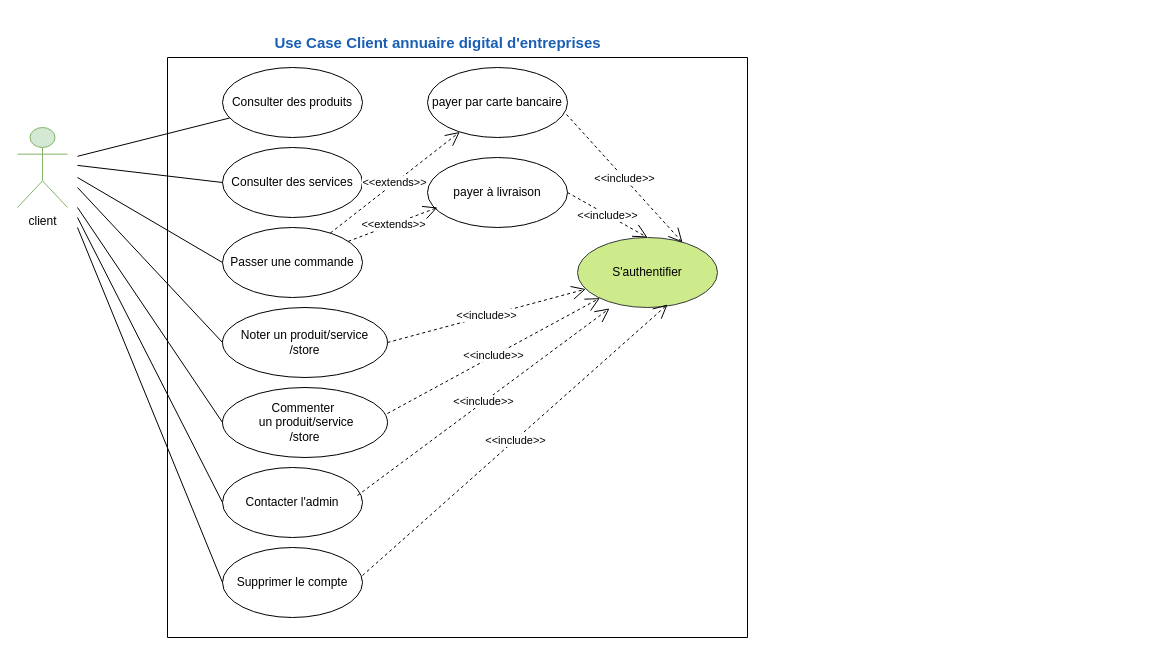
Above: 2. UseCase_client.drawio in amine-elarass49/angular_doc (draw.io), before the change. Source tidied: cells renumbered, new cells numbered last; positions are measured from the earlier drawing's top-left corner, leaving out a move shared by most shapes. Both pictures are drawn from the tidied source at 100%, with x=0, y=0 at pixel (17, 27).
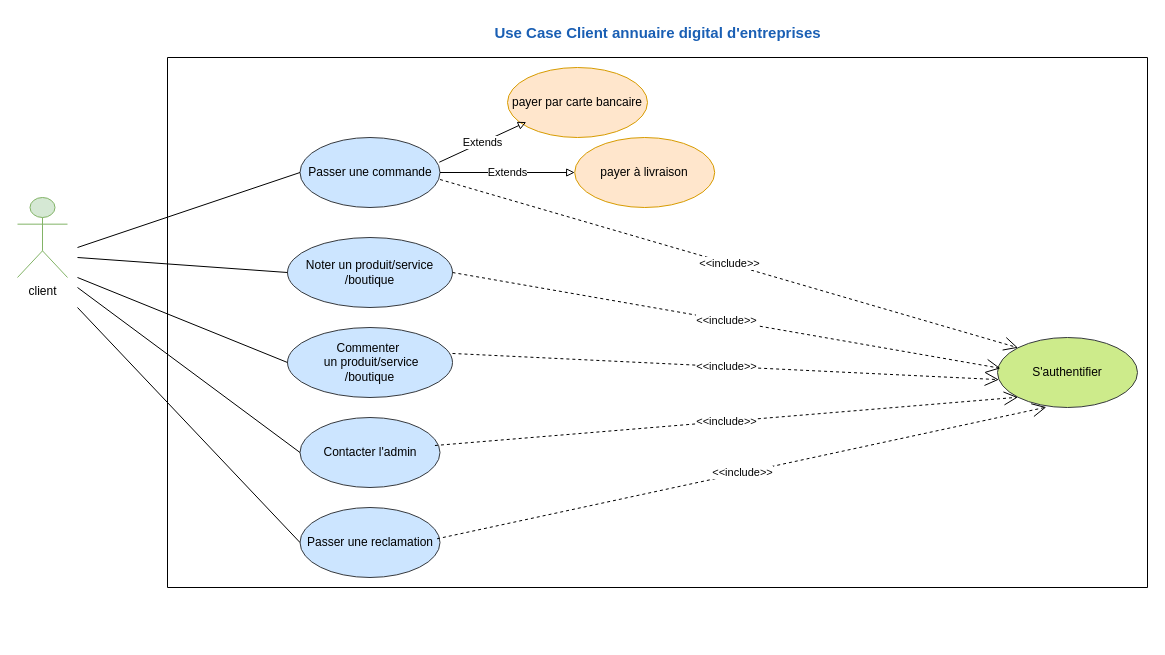
The same page after the edit.

The edit, as a diff of the source:
```diff
@@
+    <mxCell id="3" style="swimlane;startSize=0;" parent="1" vertex="1">
+      <mxGeometry x="150" y="30" width="980" height="530" as="geometry" />
+    </mxCell>
-    <mxCell id="2" value="client" style="shape=umlActor;verticalLabelPosition=bottom;verticalAlign=top;html=1;fillColor=#d5e8d4;strokeColor=#82b366;" parent="1" vertex="1">
-      <mxGeometry y="100" width="50" height="80" as="geometry" />
+    <mxCell id="2" value="client" style="shape=umlActor;verticalLabelPosition=bottom;verticalAlign=top;html=1;fillColor=#d5e8d4;strokeColor=#82b366;" parent="3" vertex="1">
+      <mxGeometry x="-150" y="140" width="50" height="80" as="geometry" />
     </mxCell>
-    <mxCell id="3" style="swimlane;startSize=0;" parent="1" vertex="1">
-      <mxGeometry x="150" y="30" width="580" height="580" as="geometry" />
-    </mxCell>
-    <mxCell id="4" value="Consulter des produits" style="ellipse;whiteSpace=wrap;html=1;" parent="3" vertex="1">
-      <mxGeometry x="55" y="10" width="140" height="70" as="geometry" />
-    </mxCell>
-    <mxCell id="5" value="Consulter des services" style="ellipse;whiteSpace=wrap;html=1;" parent="3" vertex="1">
-      <mxGeometry x="55" y="90" width="140" height="70" as="geometry" />
-    </mxCell>
-    <mxCell id="6" value="Passer une commande" style="ellipse;whiteSpace=wrap;html=1;" parent="3" vertex="1">
-      <mxGeometry x="55" y="170" width="140" height="70" as="geometry" />
+    <mxCell id="6" value="Passer une commande" style="ellipse;whiteSpace=wrap;html=1;fillColor=#cce5ff;strokeColor=#36393d;" parent="3" vertex="1">
+      <mxGeometry x="132.5" y="80" width="140" height="70" as="geometry" />
     </mxCell>
-    <mxCell id="7" value="Noter un produit/service&lt;br&gt;/store" style="ellipse;whiteSpace=wrap;html=1;" parent="3" vertex="1">
-      <mxGeometry x="55" y="250" width="165" height="70" as="geometry" />
+    <mxCell id="7" value="Noter un produit/service&lt;br&gt;/boutique" style="ellipse;whiteSpace=wrap;html=1;fillColor=#cce5ff;strokeColor=#36393d;" parent="3" vertex="1">
+      <mxGeometry x="120" y="180" width="165" height="70" as="geometry" />
     </mxCell>
-    <mxCell id="8" value="&lt;div&gt;Commenter&amp;nbsp;&lt;/div&gt;&lt;div&gt;&amp;nbsp;un produit/service&lt;/div&gt;/store" style="ellipse;whiteSpace=wrap;html=1;" parent="3" vertex="1">
-      <mxGeometry x="55" y="330" width="165" height="70" as="geometry" />
+    <mxCell id="8" value="&lt;div&gt;Commenter&amp;nbsp;&lt;/div&gt;&lt;div&gt;&amp;nbsp;un produit/service&lt;/div&gt;/boutique" style="ellipse;whiteSpace=wrap;html=1;fillColor=#cce5ff;strokeColor=#36393d;" parent="3" vertex="1">
+      <mxGeometry x="120" y="270" width="165" height="70" as="geometry" />
     </mxCell>
-    <mxCell id="9" value="Contacter l'admin" style="ellipse;whiteSpace=wrap;html=1;" parent="3" vertex="1">
-      <mxGeometry x="55" y="410" width="140" height="70" as="geometry" />
+    <mxCell id="9" value="Contacter l'admin" style="ellipse;whiteSpace=wrap;html=1;fillColor=#cce5ff;strokeColor=#36393d;" parent="3" vertex="1">
+      <mxGeometry x="132.5" y="360" width="140" height="70" as="geometry" />
     </mxCell>
-    <mxCell id="10" value="Supprimer le compte" style="ellipse;whiteSpace=wrap;html=1;" parent="3" vertex="1">
-      <mxGeometry x="55" y="490" width="140" height="70" as="geometry" />
-    </mxCell>
     <mxCell id="11" value="S'authentifier" style="ellipse;whiteSpace=wrap;html=1;fillColor=#cdeb8b;strokeColor=#36393d;" parent="3" vertex="1">
-      <mxGeometry x="410" y="180" width="140" height="70" as="geometry" />
+      <mxGeometry x="830" y="280" width="140" height="70" as="geometry" />
     </mxCell>
-    <mxCell id="12" value="&amp;lt;&amp;lt;include&amp;gt;&amp;gt;" style="endArrow=open;endSize=12;dashed=1;html=1;rounded=0;exitX=1;exitY=0.5;exitDx=0;exitDy=0;" parent="3" edge="1" source="7" target="11">
+    <mxCell id="12" value="&amp;lt;&amp;lt;include&amp;gt;&amp;gt;" style="endArrow=open;endSize=12;dashed=1;html=1;rounded=0;exitX=1;exitY=0.5;exitDx=0;exitDy=0;entryX=0.021;entryY=0.44;entryDx=0;entryDy=0;entryPerimeter=0;" parent="3" edge="1" source="7" target="11">
       <mxGeometry relative="1" as="geometry" />
     </mxCell>
-    <mxCell id="13" value="&amp;lt;&amp;lt;include&amp;gt;&amp;gt;" style="endArrow=open;endSize=12;dashed=1;html=1;rounded=0;exitX=1;exitY=0.371;exitDx=0;exitDy=0;exitPerimeter=0;" parent="3" edge="1" source="8" target="11">
+    <mxCell id="13" value="&amp;lt;&amp;lt;include&amp;gt;&amp;gt;" style="endArrow=open;endSize=12;dashed=1;html=1;rounded=0;exitX=1;exitY=0.371;exitDx=0;exitDy=0;exitPerimeter=0;entryX=0.01;entryY=0.602;entryDx=0;entryDy=0;entryPerimeter=0;" parent="3" edge="1" source="8" target="11">
       <mxGeometry relative="1" as="geometry" />
     </mxCell>
-    <mxCell id="14" value="&amp;lt;&amp;lt;include&amp;gt;&amp;gt;" style="endArrow=open;endSize=12;dashed=1;html=1;rounded=0;exitX=1;exitY=0.4;exitDx=0;exitDy=0;exitPerimeter=0;entryX=0.643;entryY=0.957;entryDx=0;entryDy=0;entryPerimeter=0;" parent="3" edge="1" source="10" target="11">
-      <mxGeometry relative="1" as="geometry" />
-    </mxCell>
-    <mxCell id="15" value="payer par carte bancaire" style="ellipse;whiteSpace=wrap;html=1;" parent="3" vertex="1">
-      <mxGeometry x="260" y="10" width="140" height="70" as="geometry" />
+    <mxCell id="15" value="payer par carte bancaire" style="ellipse;whiteSpace=wrap;html=1;fillColor=#ffe6cc;strokeColor=#d79b00;" parent="3" vertex="1">
+      <mxGeometry x="340" y="10" width="140" height="70" as="geometry" />
     </mxCell>
-    <mxCell id="16" value="&amp;lt;&amp;lt;include&amp;gt;&amp;gt;" style="endArrow=open;endSize=12;dashed=1;html=1;rounded=0;exitX=0.993;exitY=0.671;exitDx=0;exitDy=0;exitPerimeter=0;entryX=0.75;entryY=0.071;entryDx=0;entryDy=0;entryPerimeter=0;" parent="3" edge="1" source="15" target="11">
-      <mxGeometry relative="1" as="geometry" />
-    </mxCell>
-    <mxCell id="17" value="&amp;lt;&amp;lt;extends&amp;gt;&amp;gt;" style="endArrow=open;endSize=12;dashed=1;html=1;rounded=0;" parent="3" edge="1" source="6" target="15">
-      <mxGeometry relative="1" as="geometry" />
-    </mxCell>
-    <mxCell id="18" value="payer à livraison" style="ellipse;whiteSpace=wrap;html=1;" parent="3" vertex="1">
-      <mxGeometry x="260" y="100" width="140" height="70" as="geometry" />
+    <mxCell id="18" value="payer à livraison" style="ellipse;whiteSpace=wrap;html=1;fillColor=#ffe6cc;strokeColor=#d79b00;" parent="3" vertex="1">
+      <mxGeometry x="407.2" y="80" width="140" height="70" as="geometry" />
     </mxCell>
-    <mxCell id="19" value="&amp;lt;&amp;lt;extends&amp;gt;&amp;gt;" style="endArrow=open;endSize=12;dashed=1;html=1;rounded=0;" parent="3" edge="1" source="6">
-      <mxGeometry relative="1" as="geometry">
-        <mxPoint x="270" y="150" as="targetPoint" />
-      </mxGeometry>
-    </mxCell>
-    <mxCell id="20" value="&amp;lt;&amp;lt;include&amp;gt;&amp;gt;" style="endArrow=open;endSize=12;dashed=1;html=1;rounded=0;entryX=0.5;entryY=0;entryDx=0;entryDy=0;exitX=1;exitY=0.5;exitDx=0;exitDy=0;" parent="3" edge="1" source="18" target="11">
+    <mxCell id="20" value="&amp;lt;&amp;lt;include&amp;gt;&amp;gt;" style="endArrow=open;endSize=12;dashed=1;html=1;rounded=0;entryX=0;entryY=0;entryDx=0;entryDy=0;exitX=1;exitY=0.6;exitDx=0;exitDy=0;exitPerimeter=0;" parent="3" edge="1" source="6" target="11">
       <mxGeometry relative="1" as="geometry" />
     </mxCell>
-    <mxCell id="21" style="endArrow=none;html=1;rounded=0;entryX=0;entryY=0.5;entryDx=0;entryDy=0;" parent="1" edge="1" target="5">
-      <mxGeometry relative="1" as="geometry">
-        <mxPoint x="60" y="137.9" as="sourcePoint" />
-      </mxGeometry>
-    </mxCell>
+    <mxCell id="29" value="&amp;lt;&amp;lt;include&amp;gt;&amp;gt;" style="endArrow=open;endSize=12;dashed=1;html=1;rounded=0;exitX=0.964;exitY=0.4;exitDx=0;exitDy=0;exitPerimeter=0;entryX=0;entryY=1;entryDx=0;entryDy=0;" parent="3" edge="1" source="9" target="11">
+      <mxGeometry relative="1" as="geometry" />
+    </mxCell>
-    <mxCell id="22" style="endArrow=none;html=1;rounded=0;entryX=0;entryY=0.5;entryDx=0;entryDy=0;" parent="1" edge="1" target="6">
+    <mxCell id="22" style="endArrow=none;html=1;rounded=0;entryX=0;entryY=0.5;entryDx=0;entryDy=0;" parent="3" edge="1" target="6">
       <mxGeometry relative="1" as="geometry">
-        <mxPoint x="60" y="150" as="sourcePoint" />
+        <mxPoint x="-90" y="190" as="sourcePoint" />
       </mxGeometry>
     </mxCell>
-    <mxCell id="23" style="endArrow=none;html=1;rounded=0;entryX=0;entryY=0.5;entryDx=0;entryDy=0;" parent="1" edge="1" target="7">
+    <mxCell id="23" style="endArrow=none;html=1;rounded=0;entryX=0;entryY=0.5;entryDx=0;entryDy=0;" parent="3" edge="1" target="7">
       <mxGeometry relative="1" as="geometry">
-        <mxPoint x="60" y="160" as="sourcePoint" />
+        <mxPoint x="-90" y="200" as="sourcePoint" />
       </mxGeometry>
     </mxCell>
-    <mxCell id="24" style="endArrow=none;html=1;rounded=0;entryX=0;entryY=0.5;entryDx=0;entryDy=0;" parent="1" edge="1" target="8">
+    <mxCell id="24" style="endArrow=none;html=1;rounded=0;entryX=0;entryY=0.5;entryDx=0;entryDy=0;" parent="3" edge="1" target="8">
       <mxGeometry relative="1" as="geometry">
-        <mxPoint x="60" y="180" as="sourcePoint" />
+        <mxPoint x="-90" y="220" as="sourcePoint" />
       </mxGeometry>
     </mxCell>
-    <mxCell id="25" style="endArrow=none;html=1;rounded=0;entryX=0;entryY=0.5;entryDx=0;entryDy=0;" parent="1" edge="1" target="9">
+    <mxCell id="25" style="endArrow=none;html=1;rounded=0;entryX=0;entryY=0.5;entryDx=0;entryDy=0;" parent="3" edge="1" target="9">
       <mxGeometry relative="1" as="geometry">
-        <mxPoint x="60" y="190" as="sourcePoint" />
+        <mxPoint x="-90" y="230" as="sourcePoint" />
       </mxGeometry>
     </mxCell>
-    <mxCell id="26" style="endArrow=none;html=1;rounded=0;" parent="1" edge="1" target="4">
-      <mxGeometry relative="1" as="geometry">
-        <mxPoint x="60" y="128.8" as="sourcePoint" />
-      </mxGeometry>
-    </mxCell>
+    <mxCell id="17" value="Extends" style="endArrow=block;endSize=6;endFill=0;html=1;rounded=0;entryX=0.134;entryY=0.78;entryDx=0;entryDy=0;entryPerimeter=0;exitX=0.995;exitY=0.353;exitDx=0;exitDy=0;exitPerimeter=0;" parent="3" edge="1" source="6" target="15">
+      <mxGeometry relative="1" as="geometry" />
+    </mxCell>
+    <mxCell id="30" value="Extends" style="endArrow=block;endSize=6;endFill=0;html=1;rounded=0;exitX=1;exitY=0.5;exitDx=0;exitDy=0;" parent="3" edge="1" source="6" target="18">
+      <mxGeometry relative="1" as="geometry" />
+    </mxCell>
+    <mxCell id="31" value="Passer une reclamation" style="ellipse;whiteSpace=wrap;html=1;fillColor=#cce5ff;strokeColor=#36393d;" parent="3" vertex="1">
+      <mxGeometry x="132.5" y="450" width="140" height="70" as="geometry" />
+    </mxCell>
+    <mxCell id="32" style="endArrow=none;html=1;rounded=0;entryX=0;entryY=0.5;entryDx=0;entryDy=0;" parent="3" edge="1" target="31">
+      <mxGeometry relative="1" as="geometry">
+        <mxPoint x="-90" y="250" as="sourcePoint" />
+      </mxGeometry>
+    </mxCell>
+    <mxCell id="33" value="&amp;lt;&amp;lt;include&amp;gt;&amp;gt;" style="endArrow=open;endSize=12;dashed=1;html=1;rounded=0;exitX=0.979;exitY=0.447;exitDx=0;exitDy=0;exitPerimeter=0;entryX=0.349;entryY=0.995;entryDx=0;entryDy=0;entryPerimeter=0;" parent="3" edge="1" source="31" target="11">
+      <mxGeometry relative="1" as="geometry" />
+    </mxCell>
     <mxCell id="27" value="&lt;b&gt;&lt;font style=&quot;font-size: 15px;&quot; color=&quot;#1a5fb4&quot;&gt;Use Case Client annuaire digital d'entreprises&lt;/font&gt;&lt;/b&gt;" style="text;html=1;align=center;verticalAlign=middle;strokeColor=none;fillColor=none;" parent="1" vertex="1">
-      <mxGeometry x="245" width="350" height="30" as="geometry" />
+      <mxGeometry x="465" y="-10" width="350" height="30" as="geometry" />
     </mxCell>
-    <mxCell id="28" style="endArrow=none;html=1;rounded=0;entryX=0;entryY=0.5;entryDx=0;entryDy=0;" parent="1" edge="1" target="10">
-      <mxGeometry relative="1" as="geometry">
-        <mxPoint x="60" y="200" as="sourcePoint" />
-      </mxGeometry>
-    </mxCell>
-    <mxCell id="29" value="&amp;lt;&amp;lt;include&amp;gt;&amp;gt;" style="endArrow=open;endSize=12;dashed=1;html=1;rounded=0;exitX=0.964;exitY=0.4;exitDx=0;exitDy=0;exitPerimeter=0;" parent="1" edge="1" source="9">
-      <mxGeometry relative="1" as="geometry">
-        <mxPoint x="592" y="281" as="targetPoint" />
-      </mxGeometry>
-    </mxCell>
```
